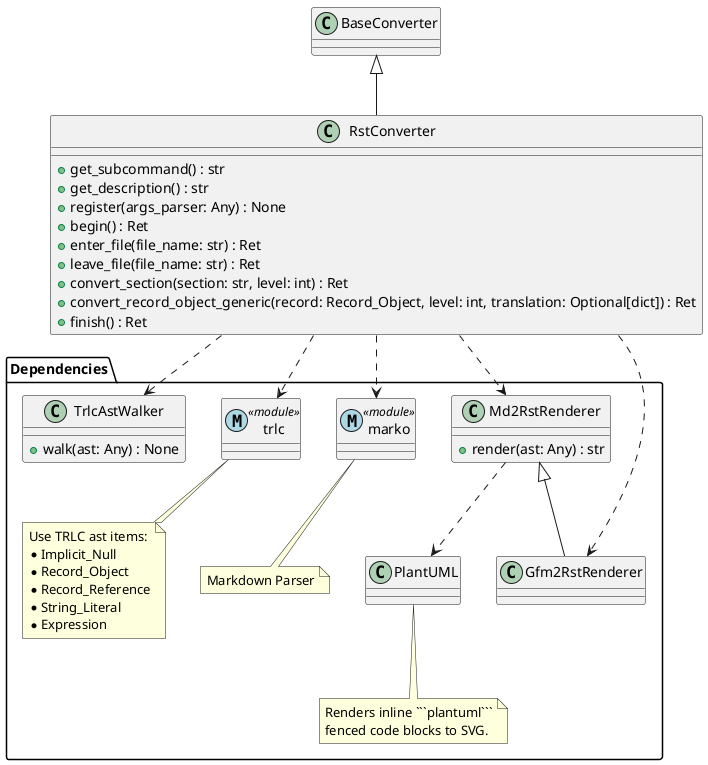
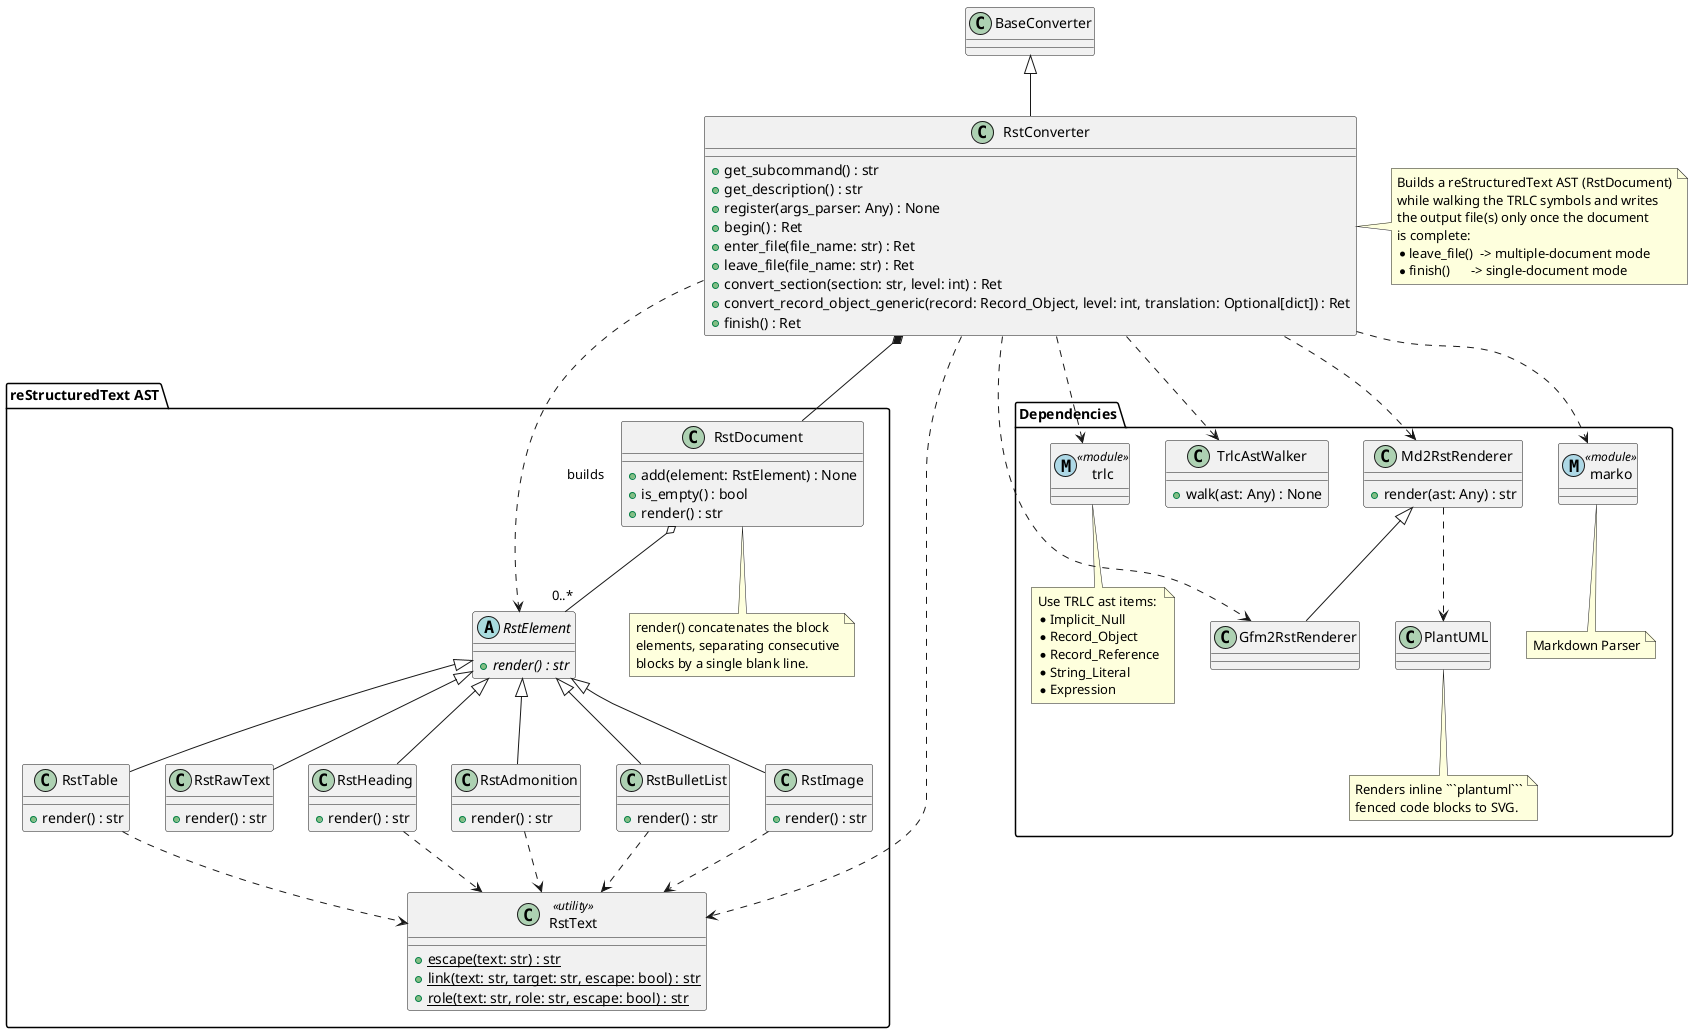
@startuml

class BaseConverter {
}

class RstConverter extends BaseConverter {
    +get_subcommand() : str
    +get_description() : str
    +register(args_parser: Any) : None
    +begin() : Ret
    +enter_file(file_name: str) : Ret
    +leave_file(file_name: str) : Ret
    +convert_section(section: str, level: int) : Ret
    +convert_record_object_generic(record: Record_Object, level: int, translation: Optional[dict]) : Ret
    +finish() : Ret
}
+ 
+ note right of RstConverter
+     Builds a reStructuredText AST (RstDocument)
+     while walking the TRLC symbols and writes
+     the output file(s) only once the document
+     is complete:
+     * leave_file()  -> multiple-document mode
+     * finish()      -> single-document mode
+ end note
+ 
+ package "reStructuredText AST" {
+ 
+     abstract class RstElement {
+         +{abstract} render() : str
+     }
+ 
+     class RstHeading extends RstElement {
+         +render() : str
+     }
+     class RstAdmonition extends RstElement {
+         +render() : str
+     }
+     class RstTable extends RstElement {
+         +render() : str
+     }
+     class RstBulletList extends RstElement {
+         +render() : str
+     }
+     class RstImage extends RstElement {
+         +render() : str
+     }
+     class RstRawText extends RstElement {
+         +render() : str
+     }
+ 
+     class RstDocument {
+         +add(element: RstElement) : None
+         +is_empty() : bool
+         +render() : str
+     }
+ 
+     class RstText <<utility>> {
+         +{static} escape(text: str) : str
+         +{static} link(text: str, target: str, escape: bool) : str
+         +{static} role(text: str, role: str, escape: bool) : str
+     }
+ 
+     note bottom of RstDocument
+         render() concatenates the block
+         elements, separating consecutive
+         blocks by a single blank line.
+     end note
+ 
+     RstDocument o-- "0..*" RstElement
+     RstHeading ..> RstText
+     RstAdmonition ..> RstText
+     RstTable ..> RstText
+     RstImage ..> RstText
+     RstBulletList ..> RstText
+ }
+ 
+ RstConverter *-- RstDocument
+ RstConverter ..> RstElement : builds
+ RstConverter ..> RstText

' Define external dependencies
package "Dependencies" {

    class trlc <<(M ,lightblue) module>>{
    }

    note bottom of trlc
        Use TRLC ast items:
        * Implicit_Null
        * Record_Object
        * Record_Reference
        * String_Literal
        * Expression
    end note

    class TrlcAstWalker {
        + walk(ast: Any) : None
    }

    class Md2RstRenderer {
        + render(ast: Any) : str
    }

    class Gfm2RstRenderer extends Md2RstRenderer {
    }

    class marko <<(M ,lightblue) module>> {
    }
    note bottom of marko
        Markdown Parser
    end note

    class PlantUML {
    }
    note bottom of PlantUML
        Renders inline ```plantuml```
        fenced code blocks to SVG.
    end note
}

' Relationships
RstConverter ..> trlc
RstConverter ..> TrlcAstWalker
RstConverter ..> Md2RstRenderer
RstConverter ..> Gfm2RstRenderer
RstConverter ..> marko
Md2RstRenderer ..> PlantUML

@enduml